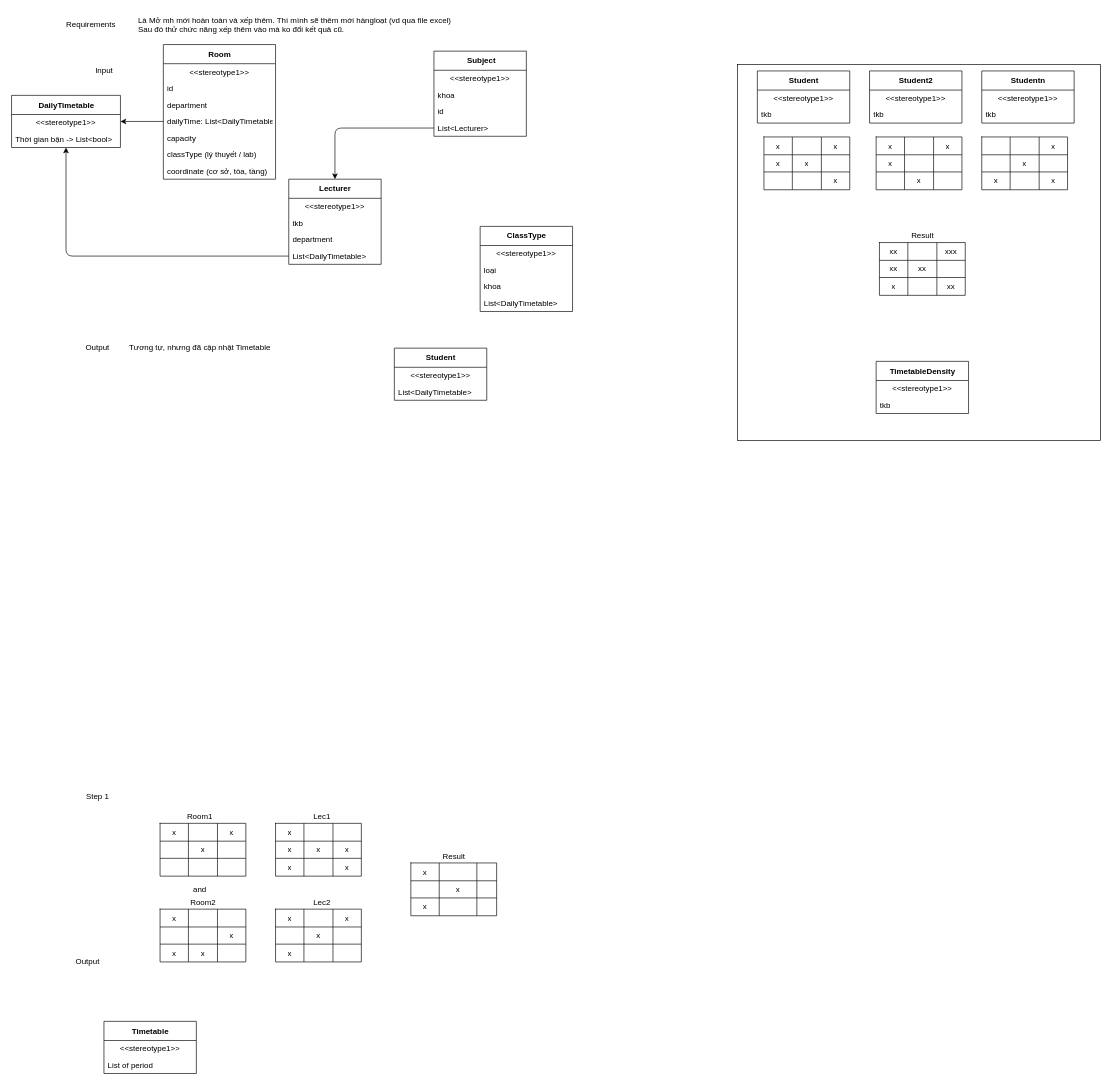
The draw.io diagram page "Page-1" (3 of 7) of draw.drawio in lehongduc200115/unitime-do-an, before the edit. Source tidied: cells renumbered, new cells numbered last; positions are measured from the earlier drawing's top-left corner, leaving out a move shared by most shapes. Both pictures are drawn from the tidied source at 66%, with x=0, y=0 at pixel (11, 11).
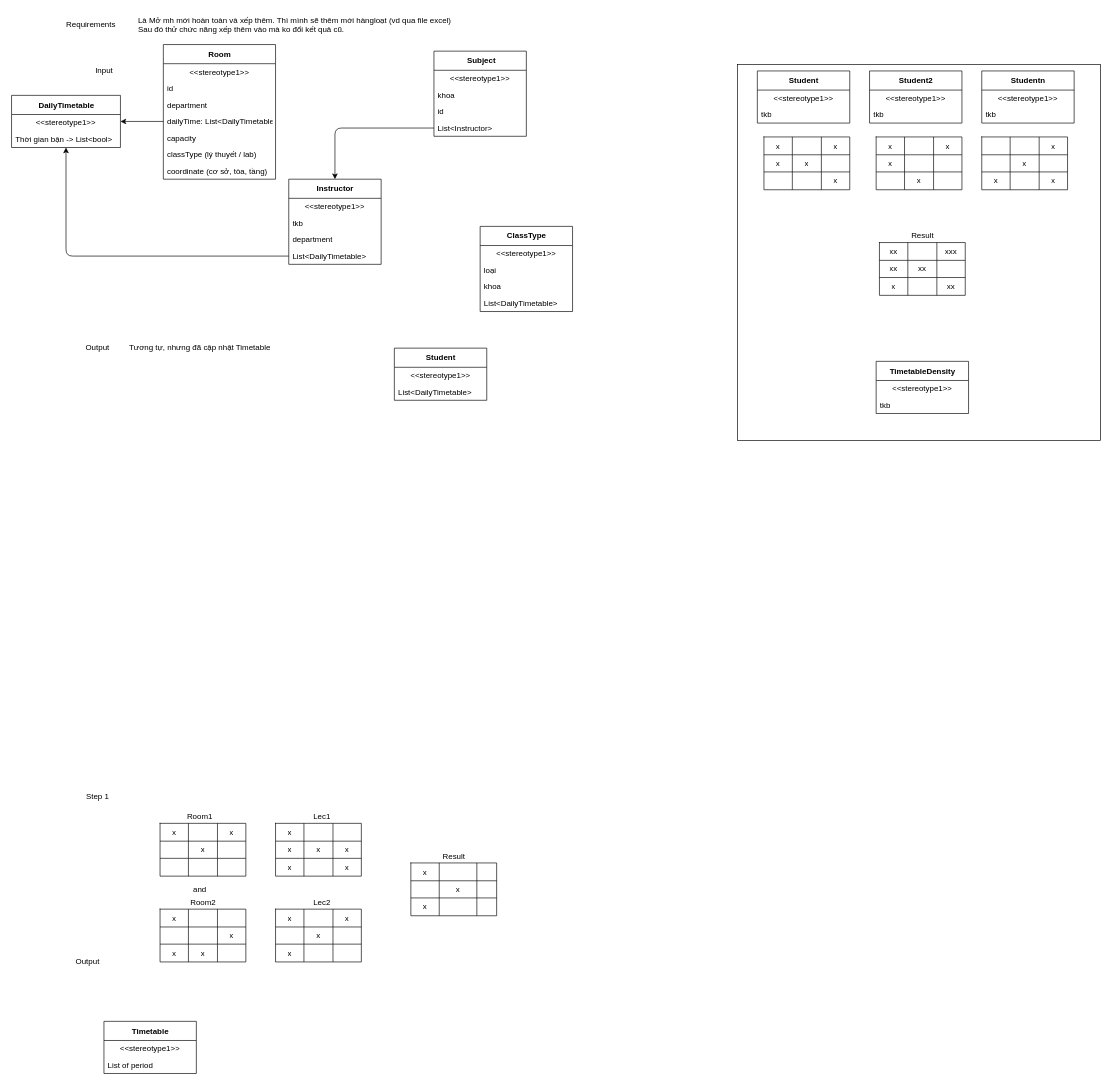
The same diagram, later.

The change refers to these unchanged cells:
```xml
<mxCell id="160" value="&amp;nbsp;Subject" style="swimlane;fontStyle=1;align=center;verticalAlign=middle;horizontal=1;startSize=29;html=1;" parent="1" vertex="1">
  <mxGeometry x="640" y="60" width="140" height="129" as="geometry" />
</mxCell>
```

What changed in the source:
```diff
@@
-    <mxCell id="14" value="Lecturer" style="swimlane;fontStyle=1;align=center;verticalAlign=middle;horizontal=1;startSize=29;html=1;" parent="1" vertex="1">
+    <mxCell id="14" value="Instructor" style="swimlane;fontStyle=1;align=center;verticalAlign=middle;horizontal=1;startSize=29;html=1;" parent="1" vertex="1">
       <mxGeometry x="420" y="254" width="140" height="129" as="geometry" />
     </mxCell>
@@
-    <mxCell id="164" value="List&amp;lt;Lecturer&amp;gt;" style="text;html=1;strokeColor=none;fillColor=none;align=left;verticalAlign=middle;spacingLeft=4;spacingRight=4;overflow=hidden;points=[[0,0.5],[1,0.5]];portConstraint=eastwest;" parent="160" vertex="1">
+    <mxCell id="164" value="List&amp;lt;Instructor&amp;gt;" style="text;html=1;strokeColor=none;fillColor=none;align=left;verticalAlign=middle;spacingLeft=4;spacingRight=4;overflow=hidden;points=[[0,0.5],[1,0.5]];portConstraint=eastwest;" parent="160" vertex="1">
       <mxGeometry y="104" width="140" height="25" as="geometry" />
     </mxCell>
```
